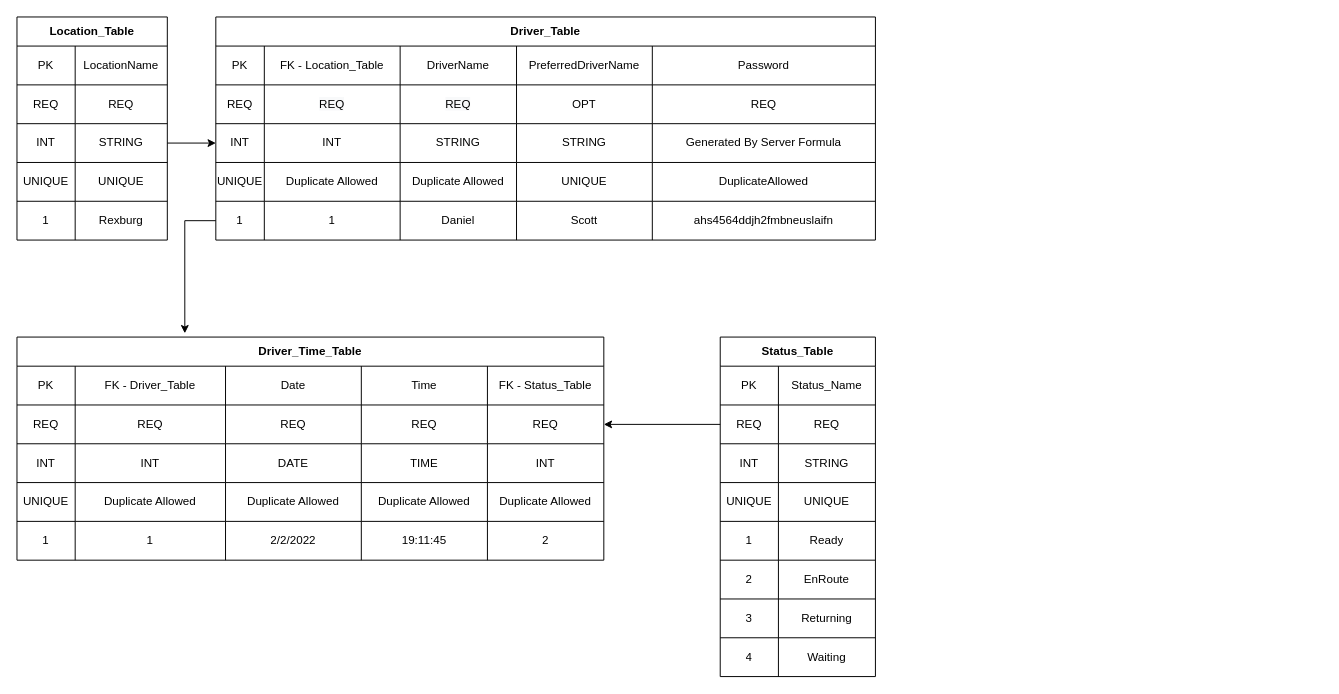
The draw.io diagram doorzzaServer.drawio in danthomsen42/doorzzaQueue, before the edit. Source tidied: cells renumbered, new cells numbered last; positions are measured from the earlier drawing's top-left corner, leaving out a move shared by most shapes. Both pictures are drawn from the tidied source at 97%, with x=0, y=0 at pixel (16, 16).
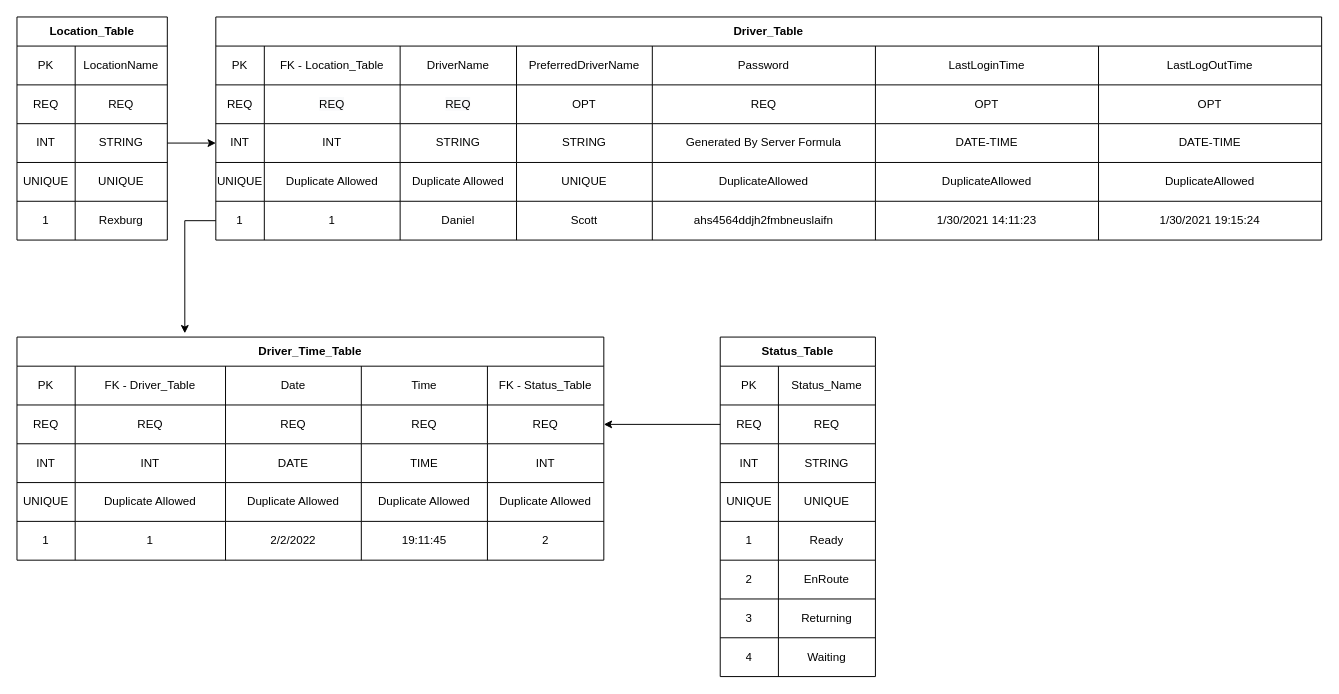
The same page after the edit.

Diff of the diagram source:
```diff
@@
     <mxCell id="18" value="Driver_Table" style="shape=table;html=1;whiteSpace=wrap;startSize=30;childLayout=tableLayout;fontStyle=1;align=center;" parent="1" vertex="1">
-      <mxGeometry x="205" width="680" height="230" as="geometry" />
+      <mxGeometry x="205" width="1140" height="230" as="geometry" />
     </mxCell>
     <mxCell id="19" style="shape=partialRectangle;html=1;whiteSpace=wrap;fillColor=none;top=0;left=0;bottom=0;right=0;" parent="18" vertex="1">
-      <mxGeometry y="30" width="680" height="40" as="geometry" />
+      <mxGeometry y="30" width="1140" height="40" as="geometry" />
     </mxCell>
@@
+    <mxCell id="108" value="LastLoginTime" style="shape=partialRectangle;html=1;whiteSpace=wrap;fillColor=none;top=0;left=0;bottom=0;right=0;overflow=hidden;" parent="19" vertex="1">
+      <mxGeometry x="680" width="230" height="40" as="geometry" />
+    </mxCell>
+    <mxCell id="109" value="LastLogOutTime" style="shape=partialRectangle;html=1;whiteSpace=wrap;fillColor=none;top=0;left=0;bottom=0;right=0;overflow=hidden;" parent="19" vertex="1">
+      <mxGeometry x="910" width="230" height="40" as="geometry" />
+    </mxCell>
     <mxCell id="25" style="shape=partialRectangle;html=1;whiteSpace=wrap;fillColor=none;top=0;left=0;bottom=0;right=0;" parent="18" vertex="1">
-      <mxGeometry y="70" width="680" height="40" as="geometry" />
+      <mxGeometry y="70" width="1140" height="40" as="geometry" />
     </mxCell>
@@
+    <mxCell id="110" value="OPT" style="shape=partialRectangle;html=1;whiteSpace=wrap;fillColor=none;top=0;left=0;bottom=0;right=0;overflow=hidden;" parent="25" vertex="1">
+      <mxGeometry x="680" width="230" height="40" as="geometry" />
+    </mxCell>
+    <mxCell id="111" value="OPT" style="shape=partialRectangle;html=1;whiteSpace=wrap;fillColor=none;top=0;left=0;bottom=0;right=0;overflow=hidden;" parent="25" vertex="1">
+      <mxGeometry x="910" width="230" height="40" as="geometry" />
+    </mxCell>
     <mxCell id="31" style="shape=partialRectangle;html=1;whiteSpace=wrap;fillColor=none;top=0;left=0;bottom=0;right=0;points=[[0,0.5],[1,0.5]];portConstraint=eastwest;" parent="18" vertex="1">
-      <mxGeometry y="110" width="680" height="40" as="geometry" />
+      <mxGeometry y="110" width="1140" height="40" as="geometry" />
     </mxCell>
@@
+    <mxCell id="112" value="DATE-TIME" style="shape=partialRectangle;html=1;whiteSpace=wrap;fillColor=none;top=0;left=0;bottom=0;right=0;overflow=hidden;" parent="31" vertex="1">
+      <mxGeometry x="680" width="230" height="40" as="geometry" />
+    </mxCell>
+    <mxCell id="113" value="DATE-TIME" style="shape=partialRectangle;html=1;whiteSpace=wrap;fillColor=none;top=0;left=0;bottom=0;right=0;overflow=hidden;" parent="31" vertex="1">
+      <mxGeometry x="910" width="230" height="40" as="geometry" />
+    </mxCell>
     <mxCell id="37" style="shape=partialRectangle;html=1;whiteSpace=wrap;fillColor=none;top=0;left=0;bottom=0;right=0;" parent="18" vertex="1">
-      <mxGeometry y="150" width="680" height="40" as="geometry" />
+      <mxGeometry y="150" width="1140" height="40" as="geometry" />
     </mxCell>
@@
+    <mxCell id="114" value="DuplicateAllowed" style="shape=partialRectangle;html=1;whiteSpace=wrap;fillColor=none;top=0;left=0;bottom=0;right=0;overflow=hidden;" parent="37" vertex="1">
+      <mxGeometry x="680" width="230" height="40" as="geometry" />
+    </mxCell>
+    <mxCell id="115" value="DuplicateAllowed" style="shape=partialRectangle;html=1;whiteSpace=wrap;fillColor=none;top=0;left=0;bottom=0;right=0;overflow=hidden;" parent="37" vertex="1">
+      <mxGeometry x="910" width="230" height="40" as="geometry" />
+    </mxCell>
     <mxCell id="43" style="shape=partialRectangle;html=1;whiteSpace=wrap;fillColor=none;top=0;left=0;bottom=0;right=0;points=[[0,0.5],[1,0.5]];portConstraint=eastwest;" parent="18" vertex="1">
-      <mxGeometry y="190" width="680" height="40" as="geometry" />
+      <mxGeometry y="190" width="1140" height="40" as="geometry" />
     </mxCell>
@@
+    <mxCell id="116" value="1/30/2021 14:11:23" style="shape=partialRectangle;html=1;whiteSpace=wrap;fillColor=none;top=0;left=0;bottom=0;right=0;overflow=hidden;" parent="43" vertex="1">
+      <mxGeometry x="680" width="230" height="40" as="geometry" />
+    </mxCell>
+    <mxCell id="117" value="1/30/2021 19:15:24" style="shape=partialRectangle;html=1;whiteSpace=wrap;fillColor=none;top=0;left=0;bottom=0;right=0;overflow=hidden;" parent="43" vertex="1">
+      <mxGeometry x="910" width="230" height="40" as="geometry" />
+    </mxCell>
```
